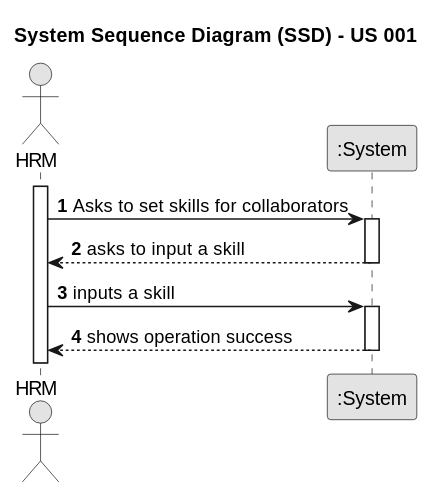
Above: docs/sprintA/us007/01.requirements-engineering/svg/us007-system-sequence-diagram.svg in Departamento-de-Engenharia-Informatica/lei-24-s2-1dm-g132 (PlantUML), before the change.
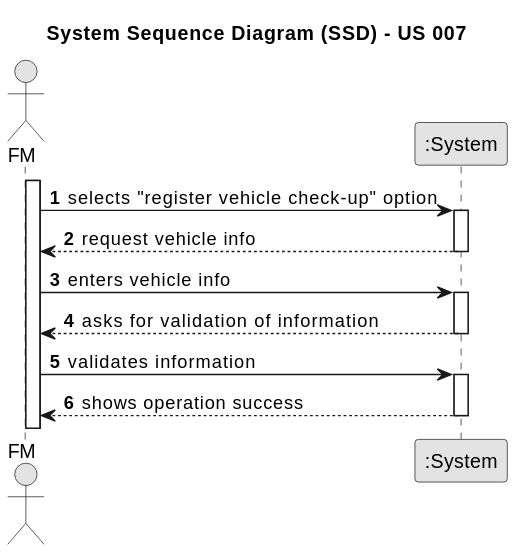
After the commit.

Diff of the diagram source:
```diff
@@ -3,22 +3,28 @@
 skinparam packageStyle rectangle
 skinparam shadowing false
 
-title System Sequence Diagram (SSD) - US 001
+title System Sequence Diagram (SSD) - US 007
 
 autonumber
 
-actor "HRM" as HRM
+actor "FM" as FM
 participant ":System" as System
 
-activate HRM
+activate FM
 
-    HRM -> System: Asks to set skills for collaborators
+activate FM
+
+    FM -> System: selects "register vehicle check-up" option
     activate System
 
-         System --> HRM: asks to input a skill
+         System --> FM: request vehicle info
             deactivate System
-                HRM -> System: inputs a skill
+                FM -> System: enters vehicle info
                     activate System
-                       System --> HRM: shows operation success
+                       System --> FM: asks for validation of information
                                 deactivate System
+                                                FM -> System: validates information
+                                                    activate System
+                                                                           System --> FM: shows operation success
+                                                                                    deactivate System
 @enduml
```
